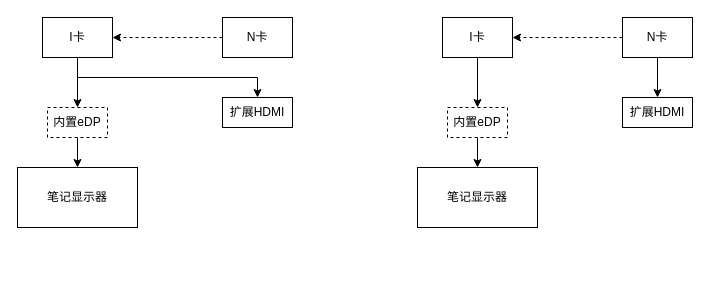
Before: 未命名绘图.drawio in huxd1532/doc, a draw.io diagram. Source tidied: cells renumbered, new cells numbered last; positions are measured from the earlier drawing's top-left corner, leaving out a move shared by most shapes. Both pictures are drawn from the tidied source at 100%, with x=0, y=0 at pixel (17, 17).
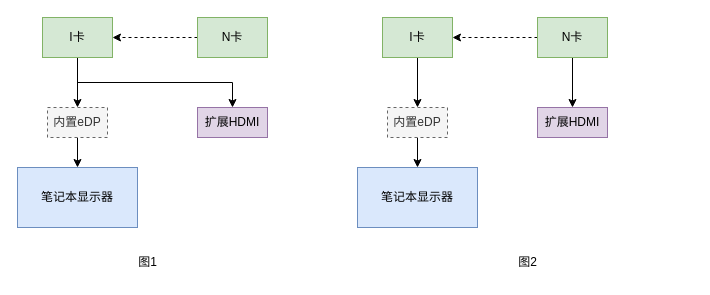
The same diagram, later.

Commit message:
更新未命名绘图.drawio

Change to the diagram source:
```diff
@@
-    <mxCell id="4" value="N卡" style="rounded=0;whiteSpace=wrap;html=1;" parent="1" vertex="1">
-      <mxGeometry x="605" width="70" height="40" as="geometry" />
+    <mxCell id="4" value="N卡" style="rounded=0;whiteSpace=wrap;html=1;fillColor=#d5e8d4;strokeColor=#82b366;" parent="1" vertex="1">
+      <mxGeometry x="520" width="70" height="40" as="geometry" />
     </mxCell>
@@
-    <mxCell id="6" value="I卡" style="rounded=0;whiteSpace=wrap;html=1;" parent="1" vertex="1">
-      <mxGeometry x="425" width="70" height="40" as="geometry" />
+    <mxCell id="6" value="I卡" style="rounded=0;whiteSpace=wrap;html=1;fillColor=#d5e8d4;strokeColor=#82b366;" parent="1" vertex="1">
+      <mxGeometry x="365" width="70" height="40" as="geometry" />
     </mxCell>
-    <mxCell id="7" value="笔记显示器" style="rounded=0;whiteSpace=wrap;html=1;" parent="1" vertex="1">
-      <mxGeometry x="400" y="150" width="120" height="60" as="geometry" />
+    <mxCell id="7" value="笔记本显示器" style="rounded=0;whiteSpace=wrap;html=1;fillColor=#dae8fc;strokeColor=#6c8ebf;" parent="1" vertex="1">
+      <mxGeometry x="340" y="150" width="120" height="60" as="geometry" />
     </mxCell>
@@
-    <mxCell id="9" value="内置eDP" style="rounded=0;whiteSpace=wrap;html=1;dashed=1;" parent="1" vertex="1">
-      <mxGeometry x="430" y="90" width="60" height="30" as="geometry" />
+    <mxCell id="9" value="内置eDP" style="rounded=0;whiteSpace=wrap;html=1;dashed=1;fillColor=#f5f5f5;fontColor=#333333;strokeColor=#666666;" parent="1" vertex="1">
+      <mxGeometry x="370" y="90" width="60" height="30" as="geometry" />
     </mxCell>
-    <mxCell id="10" value="扩展HDMI" style="rounded=0;whiteSpace=wrap;html=1;" parent="1" vertex="1">
-      <mxGeometry x="605" y="80" width="70" height="30" as="geometry" />
+    <mxCell id="10" value="扩展HDMI" style="rounded=0;whiteSpace=wrap;html=1;fillColor=#e1d5e7;strokeColor=#9673a6;" parent="1" vertex="1">
+      <mxGeometry x="520" y="90" width="70" height="30" as="geometry" />
     </mxCell>
@@
-    <mxCell id="12" value="N卡" style="rounded=0;whiteSpace=wrap;html=1;" parent="1" vertex="1">
-      <mxGeometry x="205" width="70" height="40" as="geometry" />
+    <mxCell id="12" value="N卡" style="rounded=0;whiteSpace=wrap;html=1;fillColor=#d5e8d4;strokeColor=#82b366;" parent="1" vertex="1">
+      <mxGeometry x="180" width="70" height="40" as="geometry" />
     </mxCell>
@@
-    <mxCell id="14" style="edgeStyle=orthogonalEdgeStyle;rounded=0;jettySize=auto;html=1;exitX=0.5;exitY=1;exitDx=0;exitDy=0;entryX=0.5;entryY=0;entryDx=0;entryDy=0;" parent="1" edge="1" source="15" target="19">
-      <mxGeometry relative="1" as="geometry">
-        <Array as="points">
-          <mxPoint x="60" y="60" />
-          <mxPoint x="240" y="60" />
-        </Array>
-      </mxGeometry>
+    <mxCell id="14" style="edgeStyle=orthogonalEdgeStyle;rounded=0;jettySize=auto;html=1;exitX=0.5;exitY=1;exitDx=0;exitDy=0;" parent="1" edge="1" source="15" target="19">
+      <mxGeometry relative="1" as="geometry" />
     </mxCell>
-    <mxCell id="15" value="I卡" style="rounded=0;whiteSpace=wrap;html=1;" parent="1" vertex="1">
+    <mxCell id="15" value="I卡" style="rounded=0;whiteSpace=wrap;html=1;fillColor=#d5e8d4;strokeColor=#82b366;" parent="1" vertex="1">
       <mxGeometry x="25" width="70" height="40" as="geometry" />
     </mxCell>
-    <mxCell id="16" value="笔记显示器" style="rounded=0;whiteSpace=wrap;html=1;" parent="1" vertex="1">
+    <mxCell id="16" value="笔记本显示器" style="rounded=0;whiteSpace=wrap;html=1;fillColor=#dae8fc;strokeColor=#6c8ebf;" parent="1" vertex="1">
       <mxGeometry y="150" width="120" height="60" as="geometry" />
     </mxCell>
@@
-    <mxCell id="18" value="内置eDP" style="rounded=0;whiteSpace=wrap;html=1;dashed=1;" parent="1" vertex="1">
+    <mxCell id="18" value="内置eDP" style="rounded=0;whiteSpace=wrap;html=1;dashed=1;fillColor=#f5f5f5;fontColor=#333333;strokeColor=#666666;" parent="1" vertex="1">
       <mxGeometry x="30" y="90" width="60" height="30" as="geometry" />
     </mxCell>
-    <mxCell id="19" value="扩展HDMI" style="rounded=0;whiteSpace=wrap;html=1;" parent="1" vertex="1">
-      <mxGeometry x="205" y="80" width="70" height="30" as="geometry" />
+    <mxCell id="19" value="扩展HDMI" style="rounded=0;whiteSpace=wrap;html=1;fillColor=#e1d5e7;strokeColor=#9673a6;" parent="1" vertex="1">
+      <mxGeometry x="180" y="90" width="70" height="30" as="geometry" />
     </mxCell>
+    <mxCell id="20" value="图1" style="text;html=1;align=center;verticalAlign=middle;strokeColor=none;fillColor=none;" parent="1" vertex="1">
+      <mxGeometry x="110" y="230" width="40" height="30" as="geometry" />
+    </mxCell>
+    <mxCell id="21" value="图2" style="text;html=1;align=center;verticalAlign=middle;strokeColor=none;fillColor=none;" parent="1" vertex="1">
+      <mxGeometry x="490" y="230" width="40" height="30" as="geometry" />
+    </mxCell>
```
